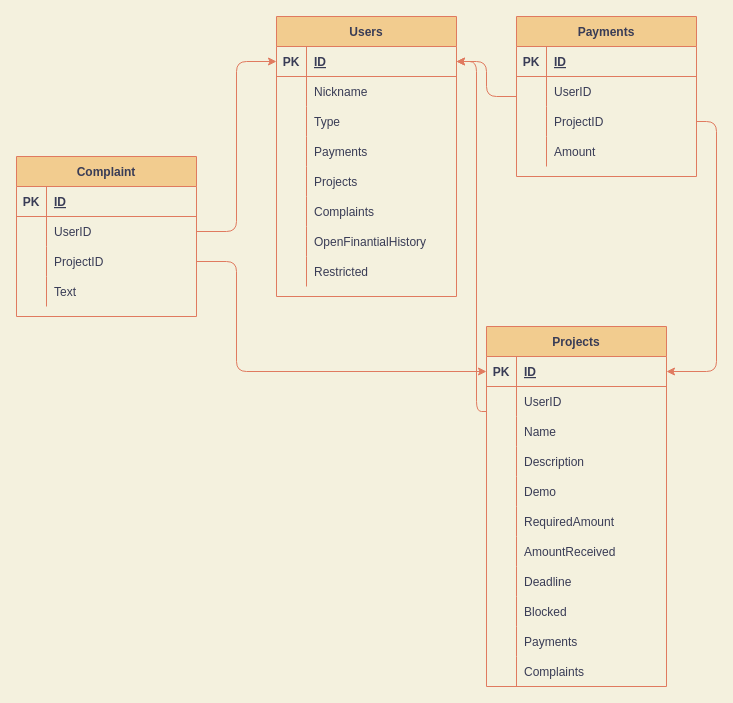
ShirChoi/Project-Boost keeps this draw.io diagram as Project Boost/Diagrams/Диаграмма БД.drawio. Above is the earlier version. Source tidied: cells renumbered, new cells numbered last; positions are measured from the earlier drawing's top-left corner, leaving out a move shared by most shapes. Both pictures are drawn from the tidied source at 100%, with x=0, y=0 at pixel (16, 16).
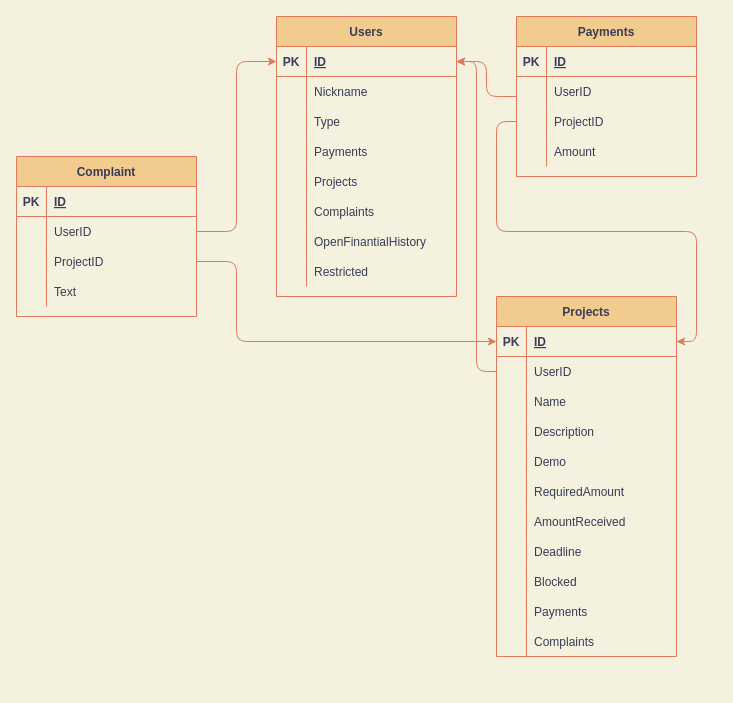
Above is the later version.

Unchanged cells that the change refers to:
```xml
<mxCell id="3" style="shape=partialRectangle;fillColor=none;top=0;left=0;bottom=1;right=0;points=[[0,0.5],[1,0.5]];portConstraint=eastwest;strokeColor=#E07A5F;fontColor=#393C56;" parent="2" vertex="1">
  <mxGeometry y="30" width="180" height="30" as="geometry" />
</mxCell>
<mxCell id="35" style="shape=partialRectangle;fillColor=none;top=0;left=0;bottom=0;right=0;points=[[0,0.5],[1,0.5]];portConstraint=eastwest;strokeColor=#E07A5F;fontColor=#393C56;" parent="28" vertex="1">
  <mxGeometry y="90" width="180" height="30" as="geometry" />
</mxCell>
<mxCell id="42" style="shape=partialRectangle;fillColor=none;top=0;left=0;bottom=1;right=0;points=[[0,0.5],[1,0.5]];portConstraint=eastwest;strokeColor=#E07A5F;fontColor=#393C56;" parent="41" vertex="1">
  <mxGeometry y="30" width="180" height="30" as="geometry" />
</mxCell>
<mxCell id="45" style="shape=partialRectangle;fillColor=none;top=0;left=0;bottom=0;right=0;points=[[0,0.5],[1,0.5]];portConstraint=eastwest;strokeColor=#E07A5F;fontColor=#393C56;" parent="41" vertex="1">
  <mxGeometry y="60" width="180" height="30" as="geometry" />
</mxCell>
<mxCell id="82" style="shape=partialRectangle;fillColor=none;top=0;left=0;bottom=0;right=0;points=[[0,0.5],[1,0.5]];portConstraint=eastwest;rounded=0;sketch=0;fontColor=#393C56;strokeColor=#E07A5F;" parent="75" vertex="1">
  <mxGeometry y="90" width="180" height="30" as="geometry" />
</mxCell>
```

The edit, as a diff of the source:
```diff
@@
     <mxCell id="41" value="Projects" style="shape=table;startSize=30;childLayout=tableLayout;rowLines=0;fontStyle=1;align=center;fillColor=#F2CC8F;strokeColor=#E07A5F;fontColor=#393C56;" parent="1" vertex="1">
-      <mxGeometry x="470" y="310" width="180" height="360" as="geometry" />
+      <mxGeometry x="480" y="280" width="180" height="360" as="geometry" />
     </mxCell>
@@
-    <mxCell id="89" style="edgeStyle=orthogonalEdgeStyle;curved=0;rounded=1;sketch=0;jettySize=auto;html=1;entryX=0;entryY=0.5;entryDx=0;entryDy=0;fontColor=#393C56;strokeColor=#E07A5F;labelBackgroundColor=#F4F1DE;" parent="1" edge="1" source="82" target="42">
+    <mxCell id="89" style="edgeStyle=orthogonalEdgeStyle;rounded=1;jettySize=auto;html=1;fillColor=#fa6800;strokeColor=#E07A5F;entryX=0;entryY=0.5;entryDx=0;entryDy=0;" parent="1" edge="1" source="82" target="42">
       <mxGeometry relative="1" as="geometry">
         <Array as="points">
           <mxPoint x="220" y="245" />
-          <mxPoint x="220" y="355" />
+          <mxPoint x="220" y="325" />
         </Array>
       </mxGeometry>
     </mxCell>
-    <mxCell id="90" style="edgeStyle=orthogonalEdgeStyle;curved=0;rounded=1;sketch=0;jettySize=auto;html=1;entryX=1;entryY=0.5;entryDx=0;entryDy=0;fontColor=#393C56;strokeColor=#E07A5F;labelBackgroundColor=#F4F1DE;" parent="1" edge="1" source="45" target="3">
-      <mxGeometry relative="1" as="geometry">
-        <Array as="points">
-          <mxPoint x="460" y="395" />
-          <mxPoint x="460" y="45" />
-        </Array>
-      </mxGeometry>
+    <mxCell id="90" style="edgeStyle=orthogonalEdgeStyle;rounded=1;jettySize=auto;html=1;entryX=1;entryY=0.5;entryDx=0;entryDy=0;strokeColor=#E07A5F;" parent="1" edge="1" source="45" target="3">
+      <mxGeometry relative="1" as="geometry" />
     </mxCell>
-    <mxCell id="91" style="edgeStyle=orthogonalEdgeStyle;curved=0;rounded=1;sketch=0;jettySize=auto;html=1;entryX=1;entryY=0.5;entryDx=0;entryDy=0;fontColor=#393C56;strokeColor=#E07A5F;labelBackgroundColor=#F4F1DE;" parent="1" edge="1" source="35" target="42">
-      <mxGeometry relative="1" as="geometry">
-        <Array as="points">
-          <mxPoint x="700" y="105" />
-          <mxPoint x="700" y="355" />
-        </Array>
-      </mxGeometry>
+    <mxCell id="91" style="edgeStyle=orthogonalEdgeStyle;rounded=1;jettySize=auto;html=1;entryX=1;entryY=0.5;entryDx=0;entryDy=0;strokeColor=#E07A5F;" parent="1" edge="1" source="35" target="42">
+      <mxGeometry relative="1" as="geometry" />
     </mxCell>
```
